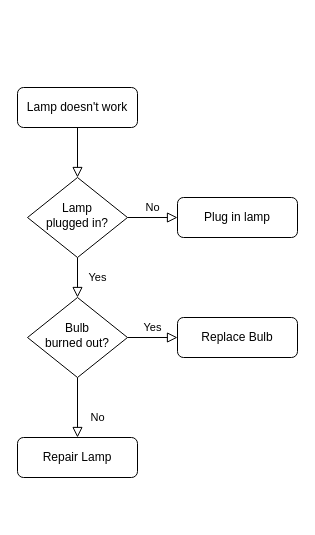
Earlier version of the draw.io diagram Diagrama sin título.drawio (JackReinald/diagramas_flujo). Source tidied: cells renumbered, new cells numbered last; positions are measured from the earlier drawing's top-left corner, leaving out a move shared by most shapes. Both pictures are drawn from the tidied source at 100%, with x=0, y=0 at pixel (17, 87).
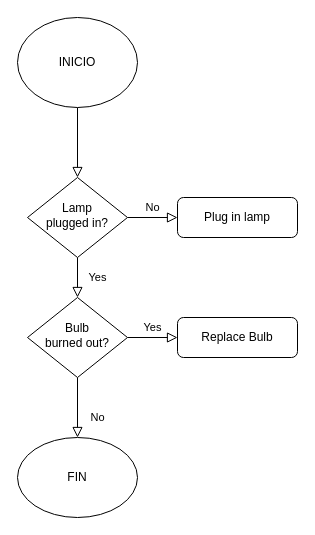
Above is the later version.

What changed in the source:
```diff
@@
 <mxGraphModel>
   <root>
     <mxCell id="0" />
     <mxCell id="1" parent="0" />
-    <mxCell id="2" style="rounded=0;html=1;jettySize=auto;fontSize=11;endArrow=block;endFill=0;endSize=8;strokeWidth=1;shadow=0;labelBackgroundColor=none;edgeStyle=orthogonalEdgeStyle;" parent="1" edge="1" source="3" target="6">
+    <mxCell id="2" style="rounded=0;html=1;jettySize=auto;fontSize=11;endArrow=block;endFill=0;endSize=8;strokeWidth=1;shadow=0;labelBackgroundColor=none;edgeStyle=orthogonalEdgeStyle;exitX=0.5;exitY=1;exitDx=0;exitDy=0;" parent="1" edge="1" source="14" target="6">
       <mxGeometry relative="1" as="geometry" />
     </mxCell>
-    <mxCell id="3" value="Lamp doesn't work" style="rounded=1;whiteSpace=wrap;html=1;fontSize=12;glass=0;strokeWidth=1;shadow=0;" parent="1" vertex="1">
-      <mxGeometry width="120" height="40" as="geometry" />
-    </mxCell>
     <mxCell id="4" value="Yes" style="rounded=0;html=1;jettySize=auto;fontSize=11;endArrow=block;endFill=0;endSize=8;strokeWidth=1;shadow=0;labelBackgroundColor=none;edgeStyle=orthogonalEdgeStyle;" parent="1" edge="1" source="6" target="10">
       <mxGeometry y="20" relative="1" as="geometry" />
     </mxCell>
     <mxCell id="5" value="No" style="edgeStyle=orthogonalEdgeStyle;rounded=0;html=1;jettySize=auto;fontSize=11;endArrow=block;endFill=0;endSize=8;strokeWidth=1;shadow=0;labelBackgroundColor=none;" parent="1" edge="1" source="6" target="7">
       <mxGeometry y="10" relative="1" as="geometry" />
     </mxCell>
     <mxCell id="6" value="Lamp&lt;br&gt;plugged in?" style="rhombus;whiteSpace=wrap;html=1;shadow=0;fontFamily=Helvetica;fontSize=12;align=center;strokeWidth=1;spacing=6;spacingTop=-4;" parent="1" vertex="1">
       <mxGeometry x="10" y="90" width="100" height="80" as="geometry" />
     </mxCell>
     <mxCell id="7" value="Plug in lamp" style="rounded=1;whiteSpace=wrap;html=1;fontSize=12;glass=0;strokeWidth=1;shadow=0;" parent="1" vertex="1">
       <mxGeometry x="160" y="110" width="120" height="40" as="geometry" />
     </mxCell>
-    <mxCell id="8" value="No" style="rounded=0;html=1;jettySize=auto;fontSize=11;endArrow=block;endFill=0;endSize=8;strokeWidth=1;shadow=0;labelBackgroundColor=none;edgeStyle=orthogonalEdgeStyle;" parent="1" edge="1" source="10" target="11">
+    <mxCell id="8" value="No" style="rounded=0;html=1;jettySize=auto;fontSize=11;endArrow=block;endFill=0;endSize=8;strokeWidth=1;shadow=0;labelBackgroundColor=none;edgeStyle=orthogonalEdgeStyle;entryX=0.5;entryY=0;entryDx=0;entryDy=0;" parent="1" edge="1" source="10" target="13">
       <mxGeometry x="0.33" y="20" relative="1" as="geometry" />
     </mxCell>
     <mxCell id="9" value="Yes" style="edgeStyle=orthogonalEdgeStyle;rounded=0;html=1;jettySize=auto;fontSize=11;endArrow=block;endFill=0;endSize=8;strokeWidth=1;shadow=0;labelBackgroundColor=none;" parent="1" edge="1" source="10" target="12">
       <mxGeometry y="10" relative="1" as="geometry" />
     </mxCell>
     <mxCell id="10" value="Bulb&lt;br&gt;burned out?" style="rhombus;whiteSpace=wrap;html=1;shadow=0;fontFamily=Helvetica;fontSize=12;align=center;strokeWidth=1;spacing=6;spacingTop=-4;" parent="1" vertex="1">
       <mxGeometry x="10" y="210" width="100" height="80" as="geometry" />
     </mxCell>
-    <mxCell id="11" value="Repair Lamp" style="rounded=1;whiteSpace=wrap;html=1;fontSize=12;glass=0;strokeWidth=1;shadow=0;" parent="1" vertex="1">
-      <mxGeometry y="350" width="120" height="40" as="geometry" />
-    </mxCell>
     <mxCell id="12" value="Replace Bulb" style="rounded=1;whiteSpace=wrap;html=1;fontSize=12;glass=0;strokeWidth=1;shadow=0;" parent="1" vertex="1">
       <mxGeometry x="160" y="230" width="120" height="40" as="geometry" />
     </mxCell>
+    <mxCell id="13" value="FIN" style="ellipse;whiteSpace=wrap;html=1;" parent="1" vertex="1">
+      <mxGeometry y="350" width="120" height="80" as="geometry" />
+    </mxCell>
+    <mxCell id="14" value="INICIO" style="ellipse;whiteSpace=wrap;html=1;" parent="1" vertex="1">
+      <mxGeometry y="-70" width="120" height="90" as="geometry" />
+    </mxCell>
   </root>
 </mxGraphModel>
```
